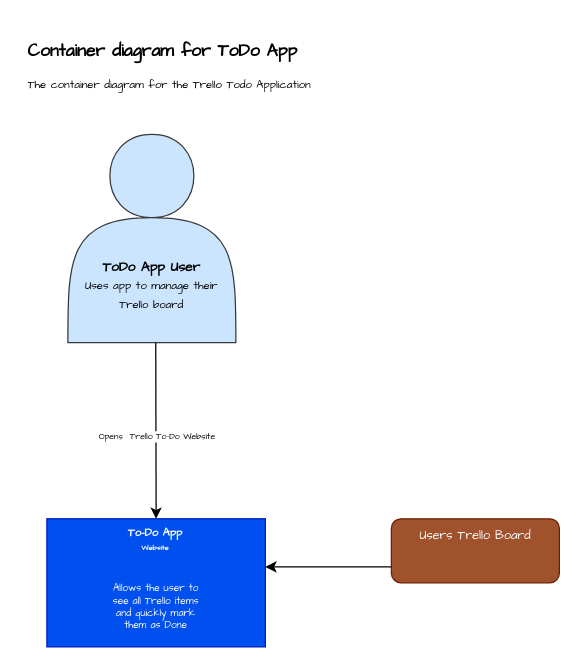
Above: documentation/Trello ToDo App Container Diagram.drawio in HelgaVonTrapp/DevOps-Course-Starter (draw.io), before the change. Source tidied: cells renumbered, new cells numbered last; positions are measured from the earlier drawing's top-left corner, leaving out a move shared by most shapes. Both pictures are drawn from the tidied source at 125%, with x=0, y=0 at pixel (21, 34).
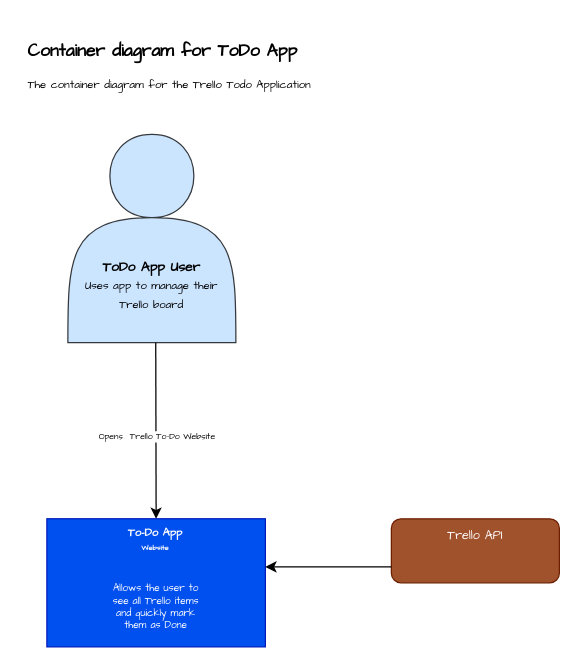
After the change.

Change to the diagram source:
```diff
@@
 <mxGraphModel>
   <root>
     <mxCell id="0" />
     <mxCell id="1" parent="0" />
     <mxCell id="2" value="&lt;h1&gt;&lt;font style=&quot;font-size: 14px;&quot;&gt;Container diagram for ToDo App&lt;/font&gt;&lt;/h1&gt;&lt;p&gt;The container diagram for the Trello Todo Application&lt;/p&gt;" style="text;html=1;strokeColor=none;fillColor=none;spacing=5;spacingTop=-20;whiteSpace=wrap;overflow=hidden;rounded=0;labelBackgroundColor=none;fontFamily=Comic Sans MS;fontSize=9;fontColor=default;flipH=1;" parent="1" vertex="1">
       <mxGeometry width="240" height="70" as="geometry" />
     </mxCell>
     <mxCell id="3" value="&lt;br&gt;&lt;br&gt;&lt;font style=&quot;&quot; face=&quot;Comic Sans MS&quot;&gt;&lt;span style=&quot;font-size: 11px;&quot;&gt;&lt;br&gt;&lt;br&gt;&lt;br&gt;&lt;b&gt;ToDo App User&lt;/b&gt;&lt;/span&gt;&lt;br&gt;&lt;div style=&quot;&quot;&gt;&lt;font style=&quot;font-size: 9px;&quot;&gt;Uses app to manage their Trello board&lt;/font&gt;&lt;/div&gt;&lt;/font&gt;" style="shape=actor;whiteSpace=wrap;html=1;fillColor=#cce5ff;strokeColor=#36393d;" parent="1" vertex="1">
       <mxGeometry x="36.8" y="80" width="134.4" height="166.6" as="geometry" />
     </mxCell>
     <mxCell id="4" style="group;fontSize=13;" parent="1" vertex="1">
       <mxGeometry x="20" y="246.6" width="410" height="243.4" as="geometry" />
     </mxCell>
     <mxCell id="5" style="endArrow=classic;html=1;rounded=0;fontFamily=Comic Sans MS;fontSize=7;fontColor=#000000;" parent="4" edge="1">
       <mxGeometry relative="1" as="geometry">
         <mxPoint x="87.1" as="sourcePoint" />
         <mxPoint x="87.4" y="140.9" as="targetPoint" />
       </mxGeometry>
     </mxCell>
     <mxCell id="6" value="Opens&amp;nbsp; Trello To-Do Website&lt;br&gt;" style="edgeLabel;html=1;align=center;verticalAlign=middle;fontFamily=Comic Sans MS;fontSize=7;fontColor=#000000;" parent="5" vertex="1">
       <mxGeometry relative="1" as="geometry">
         <mxPoint y="5" as="offset" />
       </mxGeometry>
     </mxCell>
     <mxCell id="7" style="rounded=0;whiteSpace=wrap;html=1;fontFamily=Comic Sans MS;fontSize=7;labelBackgroundColor=default;fillColor=#0050ef;strokeColor=#001DBC;fontColor=#ffffff;" parent="4" vertex="1">
       <mxGeometry y="140.9" width="174.8" height="102.5" as="geometry" />
     </mxCell>
     <mxCell id="8" value="To-Do App &lt;br&gt;&lt;font style=&quot;font-size: 6px;&quot;&gt;Website&lt;/font&gt;" style="text;html=1;align=center;verticalAlign=top;whiteSpace=wrap;rounded=0;labelBackgroundColor=none;fontFamily=Comic Sans MS;fontSize=9;fontColor=#FFFFFF;fontStyle=1;" parent="4" vertex="1">
       <mxGeometry x="3.4" y="140.9" width="168" height="102.5" as="geometry" />
     </mxCell>
     <mxCell id="9" value="Allows the user to see all Trello items and quickly mark them as Done" style="text;html=1;strokeColor=none;fillColor=none;align=center;verticalAlign=middle;whiteSpace=wrap;rounded=0;labelBackgroundColor=none;fontFamily=Comic Sans MS;fontSize=8;fontColor=#FFFFFF;" parent="4" vertex="1">
       <mxGeometry x="47" y="192.2" width="80.7" height="38.4" as="geometry" />
     </mxCell>
-    <mxCell id="10" value="&lt;font size=&quot;1&quot;&gt;Users Trello Board&lt;/font&gt;" style="rounded=1;whiteSpace=wrap;html=1;labelBackgroundColor=none;fontFamily=Comic Sans MS;fontSize=6;fontColor=#ffffff;fillColor=#a0522d;strokeColor=#6D1F00;verticalAlign=top;" parent="4" vertex="1">
+    <mxCell id="10" value="&lt;font size=&quot;1&quot;&gt;Trello API&lt;/font&gt;" style="rounded=1;whiteSpace=wrap;html=1;labelBackgroundColor=none;fontFamily=Comic Sans MS;fontSize=6;fontColor=#ffffff;fillColor=#a0522d;strokeColor=#6D1F00;verticalAlign=top;" parent="4" vertex="1">
       <mxGeometry x="275.6" y="140.9" width="134.4" height="51.2" as="geometry" />
     </mxCell>
     <mxCell id="11" style="endArrow=classic;html=1;rounded=0;fontFamily=Comic Sans MS;fontSize=9;fontColor=default;exitX=0;exitY=0.75;exitDx=0;exitDy=0;" parent="4" edge="1" source="10">
       <mxGeometry relative="1" as="geometry">
         <mxPoint x="174.8" y="179.4" as="targetPoint" />
         <Array as="points">
           <mxPoint x="228.5" y="179.4" />
         </Array>
       </mxGeometry>
     </mxCell>
   </root>
 </mxGraphModel>
```
